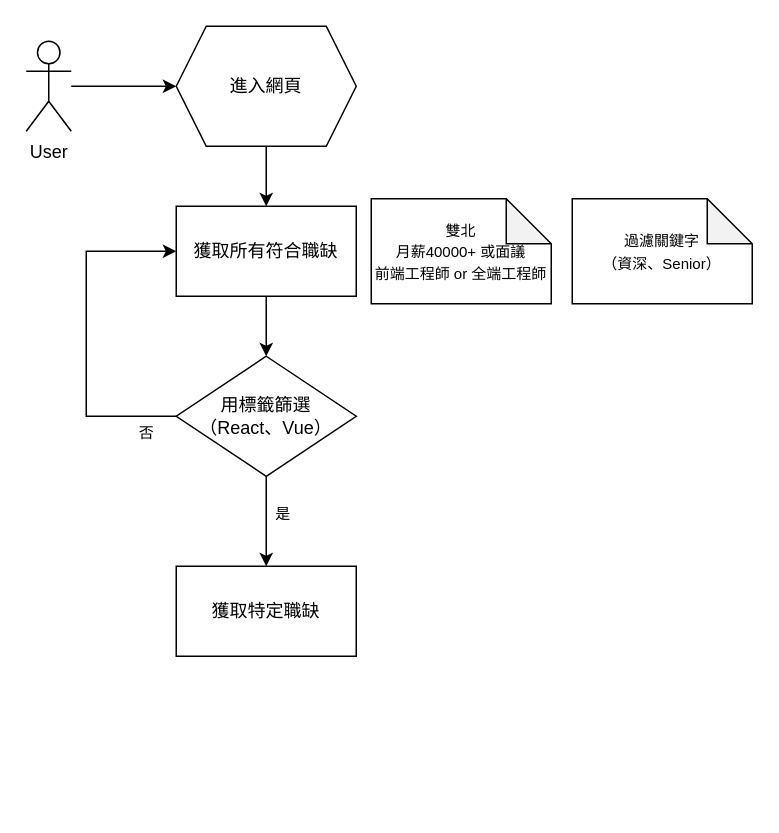
The draw.io diagram structure.drawio in JuneLin2001/104-crawler, before the edit. Source tidied: cells renumbered, new cells numbered last; positions are measured from the earlier drawing's top-left corner, leaving out a move shared by most shapes. Both pictures are drawn from the tidied source at 150%, with x=0, y=0 at pixel (26, 26).
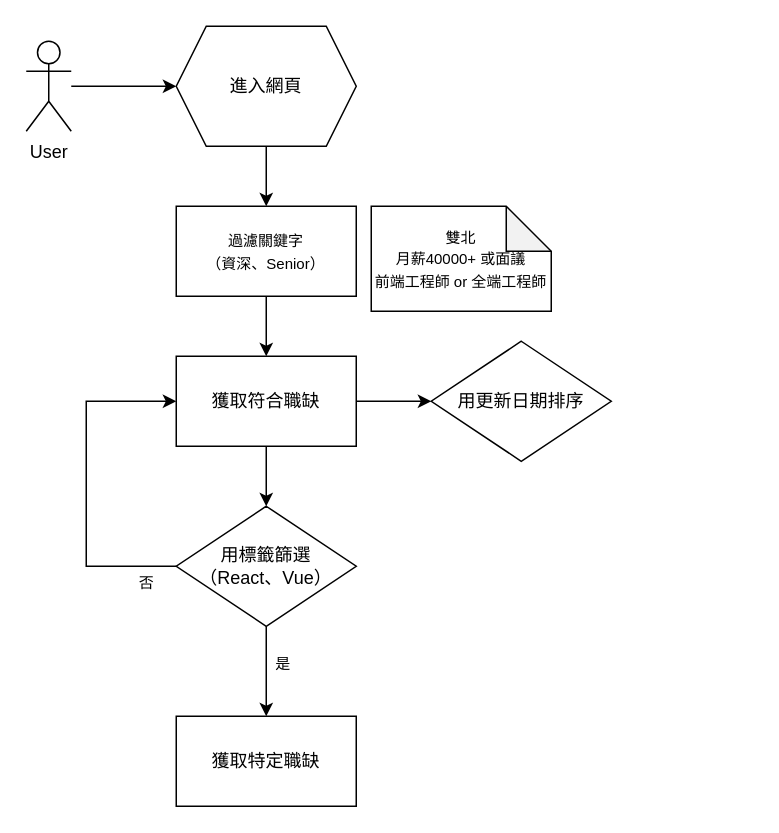
After the change.

The change refers to these unchanged cells:
```xml
<mxCell id="3" value="進入網頁" style="shape=hexagon;perimeter=hexagonPerimeter2;whiteSpace=wrap;html=1;fixedSize=1;" parent="1" vertex="1">
  <mxGeometry x="100" width="120" height="80" as="geometry" />
</mxCell>
```

Diff of the diagram source:
```diff
@@
+    <mxCell id="16" style="edgeStyle=none;html=1;" parent="1" edge="1" source="6" target="17">
+      <mxGeometry relative="1" as="geometry" />
+    </mxCell>
-    <mxCell id="6" value="獲取所有符合職缺" style="rounded=0;whiteSpace=wrap;html=1;" parent="1" vertex="1">
-      <mxGeometry x="100" y="120" width="120" height="60" as="geometry" />
+    <mxCell id="6" value="獲取符合職缺" style="rounded=0;whiteSpace=wrap;html=1;" parent="1" vertex="1">
+      <mxGeometry x="100" y="220" width="120" height="60" as="geometry" />
     </mxCell>
-    <mxCell id="7" style="endArrow=classic;html=1;exitX=0.5;exitY=1;exitDx=0;exitDy=0;" parent="1" edge="1" source="3" target="6">
+    <mxCell id="7" style="endArrow=classic;html=1;exitX=0.5;exitY=1;exitDx=0;exitDy=0;entryX=0.5;entryY=0;entryDx=0;entryDy=0;" parent="1" edge="1" source="3" target="13">
       <mxGeometry relative="1" as="geometry" />
     </mxCell>
     <mxCell id="8" value="&lt;font style=&quot;font-size: 10px;&quot;&gt;雙北&lt;br&gt;月薪40000+ 或面議&lt;br&gt;前端工程師 or 全端工程師&lt;/font&gt;" style="shape=note;whiteSpace=wrap;html=1;backgroundOutline=1;darkOpacity=0.05;" parent="1" vertex="1">
-      <mxGeometry x="230" y="115" width="120" height="70" as="geometry" />
+      <mxGeometry x="230" y="120" width="120" height="70" as="geometry" />
     </mxCell>
@@
     <mxCell id="11" value="&lt;span style=&quot;font-size: 12px;&quot;&gt;用標籤篩選&lt;/span&gt;&lt;br style=&quot;font-size: 12px;&quot;&gt;&lt;span style=&quot;font-size: 12px;&quot;&gt;（React、Vue）&lt;/span&gt;" style="rhombus;whiteSpace=wrap;html=1;fontSize=10;" parent="1" vertex="1">
-      <mxGeometry x="100" y="220" width="120" height="80" as="geometry" />
+      <mxGeometry x="100" y="320" width="120" height="80" as="geometry" />
     </mxCell>
     <mxCell id="12" value="獲取特定職缺" style="rounded=0;whiteSpace=wrap;html=1;" parent="1" vertex="1">
-      <mxGeometry x="100" y="360" width="120" height="60" as="geometry" />
+      <mxGeometry x="100" y="460" width="120" height="60" as="geometry" />
     </mxCell>
-    <mxCell id="13" value="&lt;span style=&quot;font-size: 10px;&quot;&gt;過濾關鍵字&lt;br&gt;（資深、Senior）&lt;/span&gt;" style="shape=note;whiteSpace=wrap;html=1;backgroundOutline=1;darkOpacity=0.05;" parent="1" vertex="1">
-      <mxGeometry x="364" y="115" width="120" height="70" as="geometry" />
-    </mxCell>
     <mxCell id="14" style="endArrow=classic;html=1;fontSize=10;exitX=0;exitY=0.5;exitDx=0;exitDy=0;entryX=0;entryY=0.5;entryDx=0;entryDy=0;strokeColor=default;rounded=0;" parent="1" edge="1" source="11" target="6">
       <mxGeometry relative="1" as="geometry">
         <Array as="points">
-          <mxPoint x="40" y="260" />
-          <mxPoint x="40" y="150" />
+          <mxPoint x="40" y="360" />
+          <mxPoint x="40" y="250" />
         </Array>
       </mxGeometry>
     </mxCell>
@@
+    <mxCell id="17" value="&lt;span style=&quot;font-size: 12px;&quot;&gt;用更新日期排序&lt;/span&gt;" style="rhombus;whiteSpace=wrap;html=1;fontSize=10;" parent="1" vertex="1">
+      <mxGeometry x="270" y="210" width="120" height="80" as="geometry" />
+    </mxCell>
+    <mxCell id="18" style="edgeStyle=none;html=1;" parent="1" edge="1" source="13" target="6">
+      <mxGeometry relative="1" as="geometry" />
+    </mxCell>
+    <mxCell id="13" value="&lt;span style=&quot;font-size: 10px;&quot;&gt;過濾關鍵字&lt;/span&gt;&lt;br style=&quot;font-size: 10px;&quot;&gt;&lt;span style=&quot;font-size: 10px;&quot;&gt;（資深、Senior）&lt;/span&gt;" style="rounded=0;whiteSpace=wrap;html=1;" parent="1" vertex="1">
+      <mxGeometry x="100" y="120" width="120" height="60" as="geometry" />
+    </mxCell>
```
